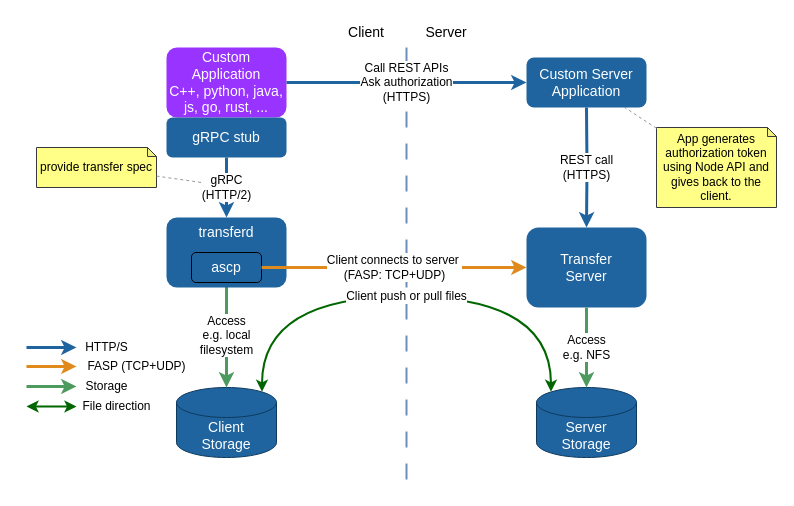
The draw.io diagram page "api-7" (6 of 9) of guide/images/diagrams.drawio in laurent-martin/aspera-api-examples, before the edit. Source tidied: cells renumbered, new cells numbered last; positions are measured from the earlier drawing's top-left corner, leaving out a move shared by most shapes. Both pictures are drawn from the tidied source at 100%, with x=0, y=0 at pixel (26, 17).
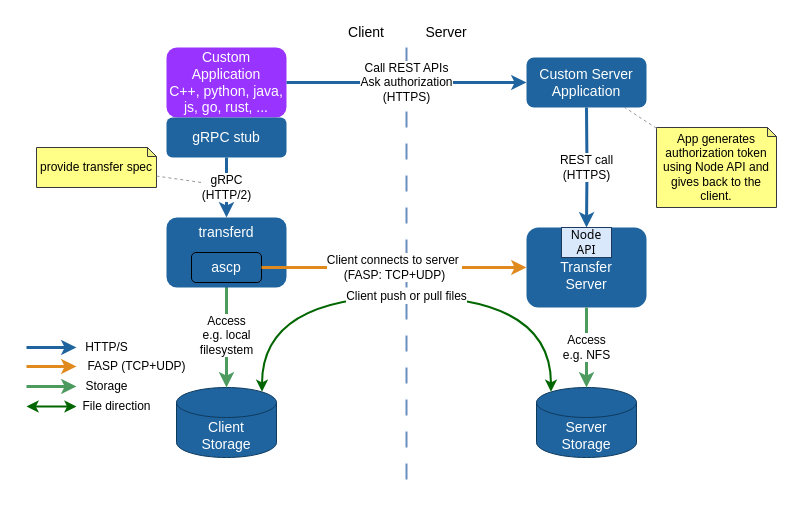
After the change.

Diff of the diagram source:
```diff
@@
-    <mxCell id="3" value="&lt;div&gt;Transfer&lt;/div&gt;Server" style="rounded=1;whiteSpace=wrap;html=1;fillColor=#1F649E;fontColor=#ffffff;strokeColor=none;strokeWidth=2;fontSize=14;align=center;verticalAlign=middle;fontFamily=Helvetica;" parent="1" vertex="1">
+    <mxCell id="3" value="&lt;div&gt;&lt;br&gt;&lt;/div&gt;Transfer&lt;br&gt;Server" style="rounded=1;whiteSpace=wrap;html=1;fillColor=#1F649E;fontColor=#ffffff;strokeColor=none;strokeWidth=2;fontSize=14;align=center;verticalAlign=middle;fontFamily=Helvetica;" parent="1" vertex="1">
       <mxGeometry x="500" y="210" width="120" height="80" as="geometry" />
     </mxCell>
@@
-    <mxCell id="27" value="REST call&lt;div&gt;(HTTPS)&lt;/div&gt;" style="edgeStyle=orthogonalEdgeStyle;rounded=0;jettySize=auto;html=1;strokeWidth=3;strokeColor=#1F649E;fontSize=12;align=center;verticalAlign=middle;fontFamily=Helvetica;fontColor=default;labelBackgroundColor=default;endArrow=classic;" parent="1" edge="1" target="3">
+    <mxCell id="27" value="REST call&lt;div&gt;(HTTPS)&lt;/div&gt;" style="edgeStyle=orthogonalEdgeStyle;rounded=0;jettySize=auto;html=1;strokeWidth=3;strokeColor=#1F649E;fontSize=12;align=center;verticalAlign=middle;fontFamily=Helvetica;fontColor=default;labelBackgroundColor=default;endArrow=classic;" parent="1" edge="1" target="28">
       <mxGeometry relative="1" as="geometry">
         <mxPoint x="560" y="90" as="sourcePoint" />
       </mxGeometry>
     </mxCell>
+    <mxCell id="28" value="&lt;font face=&quot;Tahoma&quot;&gt;Node&lt;/font&gt;&lt;div&gt;&lt;font face=&quot;Tahoma&quot;&gt;API&lt;/font&gt;&lt;/div&gt;" style="rounded=0;whiteSpace=wrap;html=1;fillColor=#DAE8FC;strokeColor=#1F3A5F;" parent="1" vertex="1">
+      <mxGeometry x="535" y="210" width="50" height="30" as="geometry" />
+    </mxCell>
```
